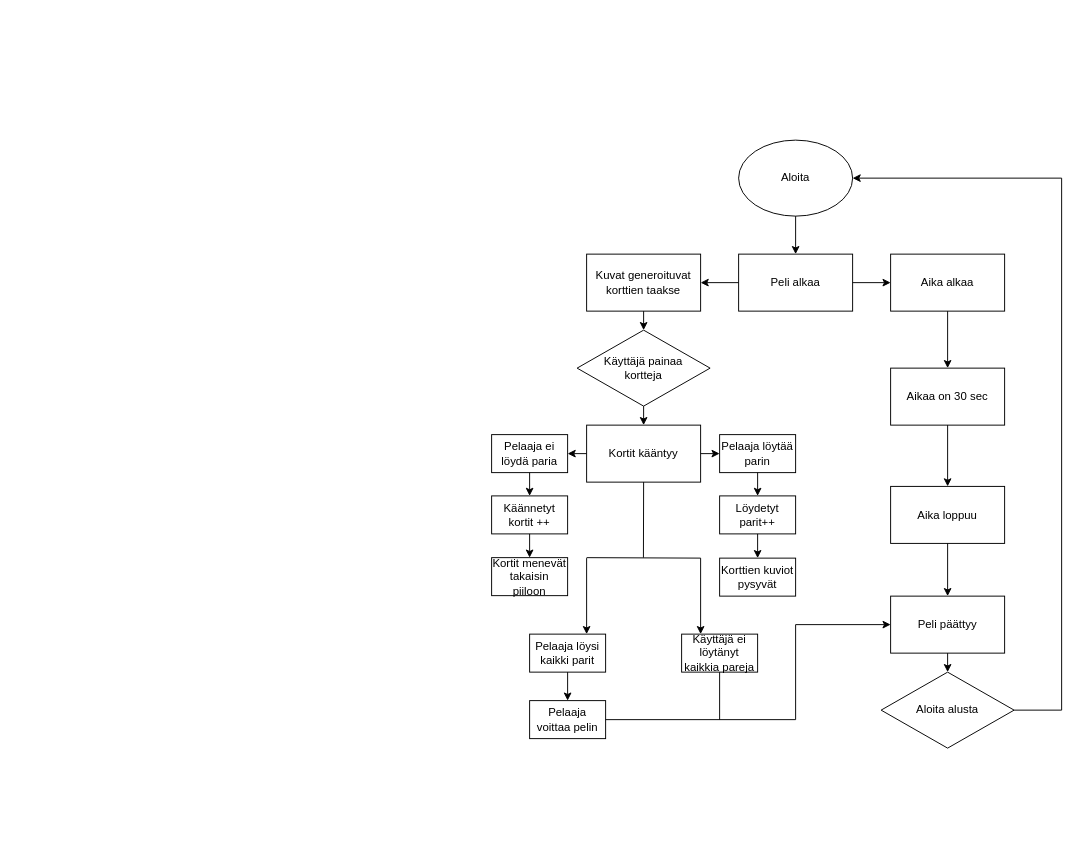
Hamppi990/Muistipeli1 keeps this draw.io diagram as Vuokaavio.drawio. Above is the earlier version. Source tidied: cells renumbered, new cells numbered last; positions are measured from the earlier drawing's top-left corner, leaving out a move shared by most shapes. Both pictures are drawn from the tidied source at 95%, with x=0, y=0 at pixel (491, 140).
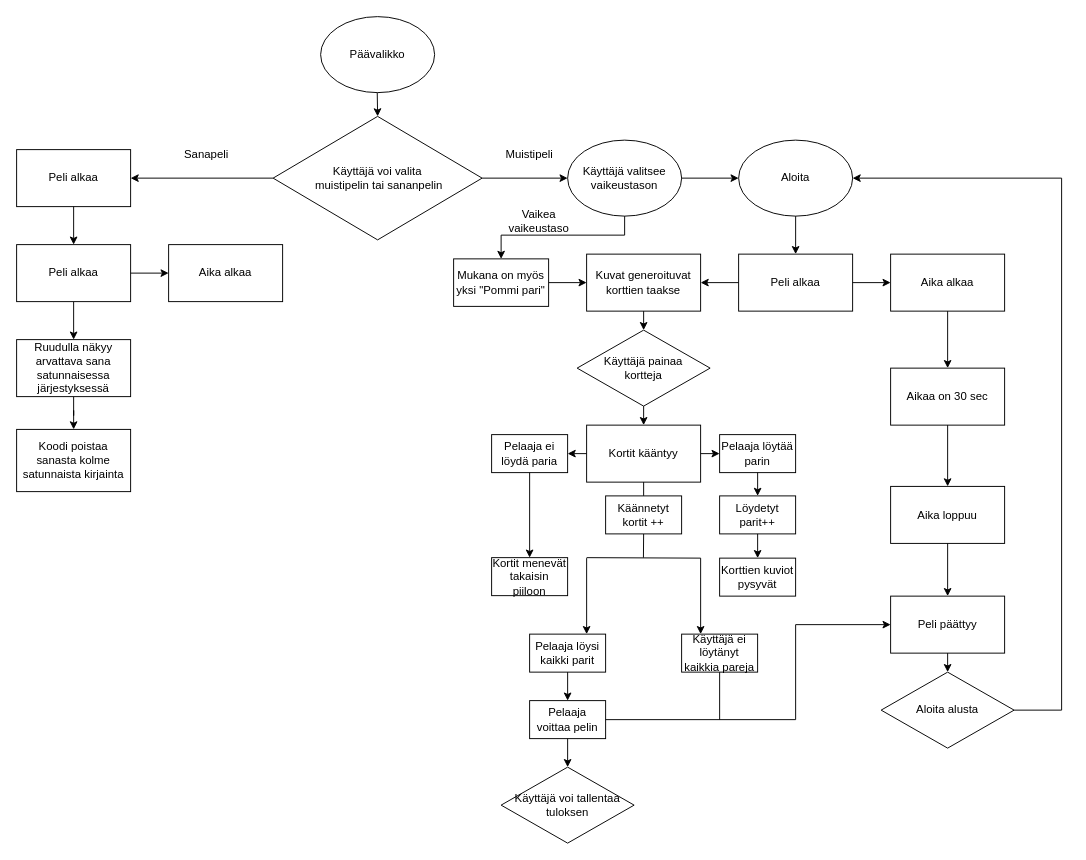
The same page after the edit.

The change refers to these unchanged cells:
```xml
<mxCell id="2" value="Aloita" style="ellipse;whiteSpace=wrap;html=1;" parent="1" vertex="1">
  <mxGeometry x="260" width="120" height="80" as="geometry" />
</mxCell>
<mxCell id="4" value="Peli alkaa" style="rounded=0;whiteSpace=wrap;html=1;" parent="1" vertex="1">
  <mxGeometry x="260" y="120" width="120" height="60" as="geometry" />
</mxCell>
<mxCell id="6" value="Kuvat generoituvat&lt;br&gt;korttien taakse" style="rounded=0;whiteSpace=wrap;html=1;" parent="1" vertex="1">
  <mxGeometry x="100" y="120" width="120" height="60" as="geometry" />
</mxCell>
<mxCell id="22" value="Pelaaja ei löydä paria" style="rounded=0;whiteSpace=wrap;html=1;" parent="1" vertex="1">
  <mxGeometry y="310" width="80" height="40" as="geometry" />
</mxCell>
<mxCell id="24" value="Kortit kääntyy" style="rounded=0;whiteSpace=wrap;html=1;" parent="1" vertex="1">
  <mxGeometry x="100" y="300" width="120" height="60" as="geometry" />
</mxCell>
<mxCell id="34" value="Kortit menevät takaisin piiloon" style="rounded=0;whiteSpace=wrap;html=1;" parent="1" vertex="1">
  <mxGeometry y="439.5" width="80" height="40" as="geometry" />
</mxCell>
```

The edit, as a diff of the source:
```diff
@@
-    <mxCell id="3" style="endArrow=classic;html=1;rounded=0;exitX=0.5;exitY=1;exitDx=0;exitDy=0;" parent="1" edge="1" source="2">
-      <mxGeometry relative="1" as="geometry">
-        <mxPoint x="320" y="120" as="targetPoint" />
-      </mxGeometry>
+    <mxCell id="3" style="endArrow=classic;html=1;rounded=0;exitX=0.5;exitY=1;exitDx=0;exitDy=0;entryX=0.5;entryY=0;entryDx=0;entryDy=0;" parent="1" edge="1" source="2" target="4">
+      <mxGeometry relative="1" as="geometry" />
     </mxCell>
@@
-    <mxCell id="27" value="Käännetyt kortit ++" style="rounded=0;whiteSpace=wrap;html=1;" parent="1" vertex="1">
-      <mxGeometry y="374.5" width="80" height="40" as="geometry" />
-    </mxCell>
-    <mxCell id="28" style="endArrow=classic;html=1;rounded=0;entryX=0.5;entryY=0;entryDx=0;entryDy=0;exitX=0.5;exitY=1;exitDx=0;exitDy=0;" parent="1" edge="1" source="22" target="27">
+    <mxCell id="28" style="endArrow=classic;html=1;rounded=0;entryX=0.5;entryY=0;entryDx=0;entryDy=0;exitX=0.5;exitY=1;exitDx=0;exitDy=0;" parent="1" edge="1" source="22" target="34">
       <mxGeometry relative="1" as="geometry" />
     </mxCell>
@@
-    <mxCell id="35" style="endArrow=classic;html=1;rounded=0;entryX=0.5;entryY=0;entryDx=0;entryDy=0;exitX=0.5;exitY=1;exitDx=0;exitDy=0;" parent="1" edge="1" target="34">
-      <mxGeometry relative="1" as="geometry">
-        <mxPoint x="40" y="414.5" as="sourcePoint" />
-      </mxGeometry>
-    </mxCell>
@@
-    <mxCell id="47" style="endArrow=none;html=1;rounded=0;entryX=0.5;entryY=1;entryDx=0;entryDy=0;" parent="1" edge="1" target="24">
-      <mxGeometry relative="1" as="geometry">
-        <mxPoint x="159.8" y="439.5" as="sourcePoint" />
-      </mxGeometry>
+    <mxCell id="47" style="endArrow=none;html=1;rounded=0;entryX=0.5;entryY=1;entryDx=0;entryDy=0;" parent="1" edge="1" source="27" target="24">
+      <mxGeometry relative="1" as="geometry" />
     </mxCell>
+    <mxCell id="48" value="Käyttäjä voi valita&lt;br&gt;&amp;nbsp;muistipelin tai sananpelin" style="rhombus;whiteSpace=wrap;html=1;" parent="1" vertex="1">
+      <mxGeometry x="-230" y="-25" width="220" height="130" as="geometry" />
+    </mxCell>
+    <mxCell id="49" value="Päävalikko" style="ellipse;whiteSpace=wrap;html=1;" parent="1" vertex="1">
+      <mxGeometry x="-180" y="-130" width="120" height="80" as="geometry" />
+    </mxCell>
+    <mxCell id="50" style="endArrow=classic;html=1;rounded=0;exitX=1;exitY=0.5;exitDx=0;exitDy=0;" parent="1" edge="1" source="48">
+      <mxGeometry relative="1" as="geometry">
+        <mxPoint x="80" y="40" as="targetPoint" />
+      </mxGeometry>
+    </mxCell>
+    <mxCell id="51" value="Muistipeli" style="text;html=1;strokeColor=none;fillColor=none;align=center;verticalAlign=middle;whiteSpace=wrap;rounded=0;" parent="1" vertex="1">
+      <mxGeometry x="10" width="60" height="30" as="geometry" />
+    </mxCell>
+    <mxCell id="52" value="Sanapeli" style="text;html=1;strokeColor=none;fillColor=none;align=center;verticalAlign=middle;whiteSpace=wrap;rounded=0;" parent="1" vertex="1">
+      <mxGeometry x="-330" width="60" height="30" as="geometry" />
+    </mxCell>
+    <mxCell id="53" style="endArrow=classic;html=1;rounded=0;exitX=0;exitY=0.5;exitDx=0;exitDy=0;" parent="1" edge="1" source="48">
+      <mxGeometry relative="1" as="geometry">
+        <mxPoint x="-380" y="40" as="targetPoint" />
+      </mxGeometry>
+    </mxCell>
+    <mxCell id="54" style="endArrow=classic;html=1;rounded=0;exitX=0.5;exitY=1;exitDx=0;exitDy=0;entryX=0.5;entryY=0;entryDx=0;entryDy=0;" parent="1" edge="1" target="48">
+      <mxGeometry relative="1" as="geometry">
+        <mxPoint x="-120.4" y="-50" as="sourcePoint" />
+      </mxGeometry>
+    </mxCell>
+    <mxCell id="55" value="Peli alkaa" style="rounded=0;whiteSpace=wrap;html=1;" parent="1" vertex="1">
+      <mxGeometry x="-500" y="10" width="120" height="60" as="geometry" />
+    </mxCell>
+    <mxCell id="56" style="endArrow=none;html=1;rounded=0;entryX=0.5;entryY=1;entryDx=0;entryDy=0;" parent="1" edge="1" target="27">
+      <mxGeometry relative="1" as="geometry">
+        <mxPoint x="159.8" y="439.5" as="sourcePoint" />
+      </mxGeometry>
+    </mxCell>
+    <mxCell id="27" value="Käännetyt kortit ++" style="rounded=0;whiteSpace=wrap;html=1;" parent="1" vertex="1">
+      <mxGeometry x="120" y="374.5" width="80" height="40" as="geometry" />
+    </mxCell>
+    <mxCell id="57" value="Käyttäjä voi tallentaa tuloksen" style="rhombus;whiteSpace=wrap;html=1;" parent="1" vertex="1">
+      <mxGeometry x="10" y="660" width="140" height="80" as="geometry" />
+    </mxCell>
+    <mxCell id="58" style="endArrow=classic;html=1;rounded=0;entryX=0.5;entryY=0;entryDx=0;entryDy=0;exitX=0.5;exitY=1;exitDx=0;exitDy=0;" parent="1" edge="1">
+      <mxGeometry relative="1" as="geometry">
+        <mxPoint x="80" y="630" as="sourcePoint" />
+        <mxPoint x="80" y="660" as="targetPoint" />
+      </mxGeometry>
+    </mxCell>
+    <mxCell id="59" value="Käyttäjä valitsee vaikeustason" style="ellipse;whiteSpace=wrap;html=1;" parent="1" vertex="1">
+      <mxGeometry x="80" width="120" height="80" as="geometry" />
+    </mxCell>
+    <mxCell id="60" style="endArrow=classic;html=1;rounded=0;exitX=1;exitY=0.5;exitDx=0;exitDy=0;" parent="1" edge="1">
+      <mxGeometry relative="1" as="geometry">
+        <mxPoint x="200" y="40" as="sourcePoint" />
+        <mxPoint x="260" y="40" as="targetPoint" />
+      </mxGeometry>
+    </mxCell>
+    <mxCell id="61" style="endArrow=none;html=1;rounded=0;" parent="1" edge="1">
+      <mxGeometry relative="1" as="geometry">
+        <mxPoint x="140" y="80" as="sourcePoint" />
+        <mxPoint x="140" y="100" as="targetPoint" />
+      </mxGeometry>
+    </mxCell>
+    <mxCell id="62" style="endArrow=none;html=1;rounded=0;" parent="1" edge="1">
+      <mxGeometry relative="1" as="geometry">
+        <mxPoint x="10" y="100" as="sourcePoint" />
+        <mxPoint x="140" y="100" as="targetPoint" />
+      </mxGeometry>
+    </mxCell>
+    <mxCell id="63" value="Vaikea vaikeustaso" style="text;html=1;strokeColor=none;fillColor=none;align=center;verticalAlign=middle;whiteSpace=wrap;rounded=0;" parent="1" vertex="1">
+      <mxGeometry x="20" y="70" width="60" height="30" as="geometry" />
+    </mxCell>
+    <mxCell id="64" style="edgeStyle=orthogonalEdgeStyle;rounded=0;jettySize=auto;html=1;entryX=0.5;entryY=0;entryDx=0;entryDy=0;" parent="1" edge="1" target="66">
+      <mxGeometry relative="1" as="geometry">
+        <mxPoint x="10" y="100" as="sourcePoint" />
+      </mxGeometry>
+    </mxCell>
+    <mxCell id="65" style="edgeStyle=orthogonalEdgeStyle;rounded=0;jettySize=auto;html=1;" parent="1" edge="1" source="66" target="6">
+      <mxGeometry relative="1" as="geometry" />
+    </mxCell>
+    <mxCell id="66" value="Mukana on myös yksi &quot;Pommi pari&quot;" style="rounded=0;whiteSpace=wrap;html=1;" parent="1" vertex="1">
+      <mxGeometry x="-40" y="125" width="100" height="50" as="geometry" />
+    </mxCell>
+    <mxCell id="67" style="endArrow=classic;html=1;rounded=0;exitX=0.5;exitY=1;exitDx=0;exitDy=0;entryX=0.5;entryY=0;entryDx=0;entryDy=0;" parent="1" edge="1" target="69">
+      <mxGeometry relative="1" as="geometry">
+        <mxPoint x="-440" y="70" as="sourcePoint" />
+      </mxGeometry>
+    </mxCell>
+    <mxCell id="68" style="edgeStyle=orthogonalEdgeStyle;rounded=0;jettySize=auto;html=1;entryX=0.5;entryY=0;entryDx=0;entryDy=0;" parent="1" edge="1" source="69" target="73">
+      <mxGeometry relative="1" as="geometry" />
+    </mxCell>
+    <mxCell id="69" value="Peli alkaa" style="rounded=0;whiteSpace=wrap;html=1;" parent="1" vertex="1">
+      <mxGeometry x="-500" y="110" width="120" height="60" as="geometry" />
+    </mxCell>
+    <mxCell id="70" value="Aika alkaa" style="rounded=0;whiteSpace=wrap;html=1;" parent="1" vertex="1">
+      <mxGeometry x="-340" y="110" width="120" height="60" as="geometry" />
+    </mxCell>
+    <mxCell id="71" style="endArrow=classic;html=1;rounded=0;entryX=0;entryY=0.5;entryDx=0;entryDy=0;" parent="1" edge="1" target="70">
+      <mxGeometry relative="1" as="geometry">
+        <mxPoint x="-380" y="140" as="sourcePoint" />
+      </mxGeometry>
+    </mxCell>
+    <mxCell id="72" style="edgeStyle=orthogonalEdgeStyle;rounded=0;jettySize=auto;html=1;entryX=0.5;entryY=0;entryDx=0;entryDy=0;" parent="1" edge="1" source="73" target="74">
+      <mxGeometry relative="1" as="geometry" />
+    </mxCell>
+    <mxCell id="73" value="Ruudulla näkyy arvattava sana satunnaisessa järjestyksessä" style="rounded=0;whiteSpace=wrap;html=1;" parent="1" vertex="1">
+      <mxGeometry x="-500" y="210" width="120" height="60" as="geometry" />
+    </mxCell>
+    <mxCell id="74" value="Koodi poistaa sanasta kolme satunnaista kirjainta" style="rounded=0;whiteSpace=wrap;html=1;" parent="1" vertex="1">
+      <mxGeometry x="-500" y="304.5" width="120" height="65.5" as="geometry" />
+    </mxCell>
```
